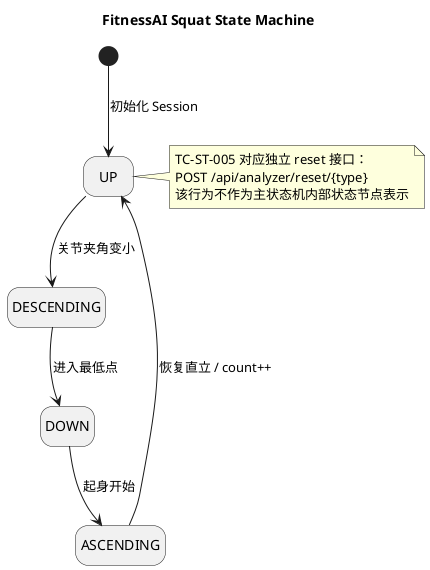
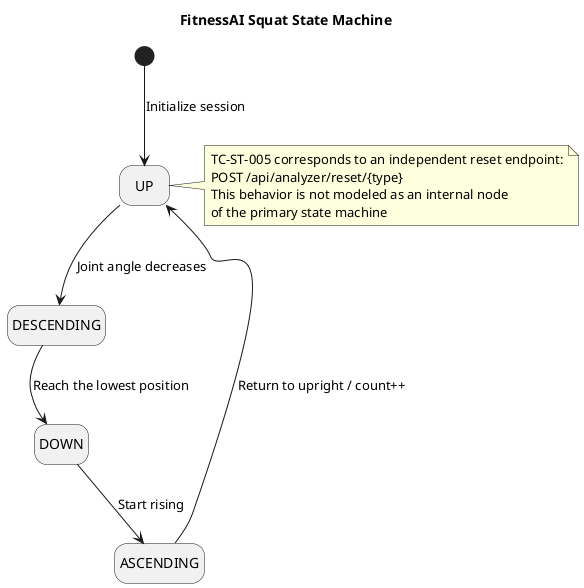
@startuml
title FitnessAI Squat State Machine

hide empty description
skinparam backgroundColor transparent
skinparam shadowing false

- [*] --> UP : 初始化 Session
- UP --> DESCENDING : 关节夹角变小
- DESCENDING --> DOWN : 进入最低点
- DOWN --> ASCENDING : 起身开始
- ASCENDING --> UP : 恢复直立 / count++
+ [*] --> UP : Initialize session
+ UP --> DESCENDING : Joint angle decreases
+ DESCENDING --> DOWN : Reach the lowest position
+ DOWN --> ASCENDING : Start rising
+ ASCENDING --> UP : Return to upright / count++

note right of UP
- TC-ST-005 对应独立 reset 接口：
+ TC-ST-005 corresponds to an independent reset endpoint:
POST /api/analyzer/reset/{type}
- 该行为不作为主状态机内部状态节点表示
+ This behavior is not modeled as an internal node
+ of the primary state machine
end note

@enduml
